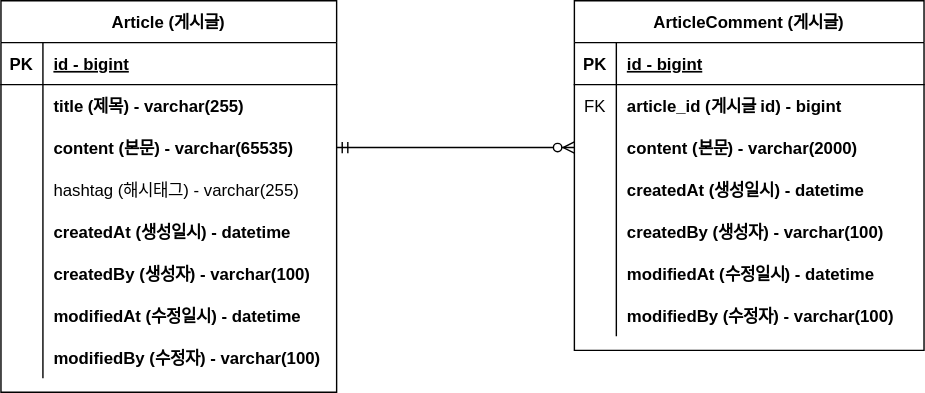
Above: document/project-board-erd.svg in riderkaman/fastcampus-project-board (draw.io), before the change. Source tidied: cells renumbered, new cells last; positions are measured from the earlier drawing's top-left corner, leaving out a move shared by most shapes.
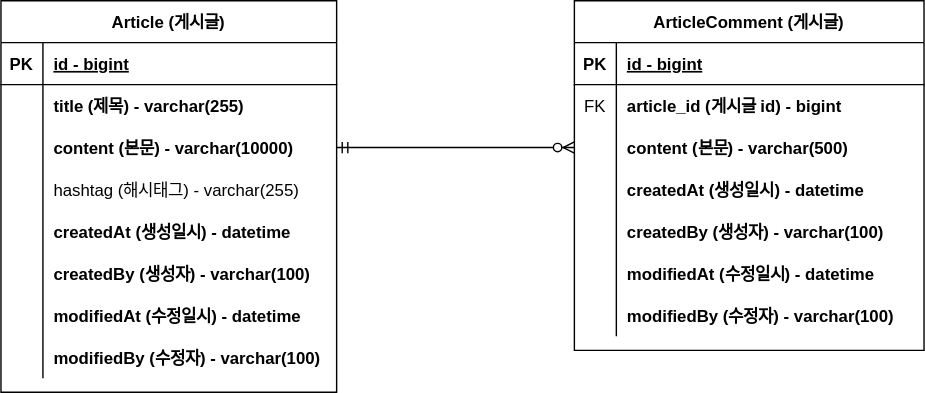
After the commit.

Commit message:
#16 - erd 업데이트: content 사이즈 변경

What changed in the source:
```diff
@@ -29,7 +29,7 @@
     <mxCell id="10" style="shape=partialRectangle;overflow=hidden;fillColor=none;top=0;left=0;bottom=0;right=0;" parent="9" vertex="1">
       <mxGeometry width="30" height="30" as="geometry" />
     </mxCell>
-    <mxCell id="11" value="content (본문) - varchar(65535) " style="shape=partialRectangle;overflow=hidden;fillColor=none;top=0;left=0;bottom=0;right=0;align=left;spacingLeft=6;fontStyle=1;" parent="9" vertex="1">
+    <mxCell id="11" value="content (본문) - varchar(10000) " style="shape=partialRectangle;overflow=hidden;fillColor=none;top=0;left=0;bottom=0;right=0;align=left;spacingLeft=6;fontStyle=1;" parent="9" vertex="1">
       <mxGeometry x="30" width="210" height="30" as="geometry" />
     </mxCell>
     <mxCell id="12" style="shape=partialRectangle;fillColor=none;top=0;left=0;right=0;bottom=0;" parent="2" vertex="1">
@@ -104,7 +104,7 @@
     <mxCell id="35" style="shape=partialRectangle;overflow=hidden;fillColor=none;top=0;left=0;bottom=0;right=0;" parent="34" vertex="1">
       <mxGeometry width="30" height="30" as="geometry" />
     </mxCell>
-    <mxCell id="36" value="content (본문) - varchar(2000)" style="shape=partialRectangle;overflow=hidden;fillColor=none;top=0;left=0;bottom=0;right=0;align=left;spacingLeft=6;fontStyle=1;" parent="34" vertex="1">
+    <mxCell id="36" value="content (본문) - varchar(500)" style="shape=partialRectangle;overflow=hidden;fillColor=none;top=0;left=0;bottom=0;right=0;align=left;spacingLeft=6;fontStyle=1;" parent="34" vertex="1">
       <mxGeometry x="30" width="220" height="30" as="geometry" />
     </mxCell>
     <mxCell id="37" style="shape=partialRectangle;fillColor=none;top=0;left=0;right=0;bottom=0;" parent="27" vertex="1">
```
